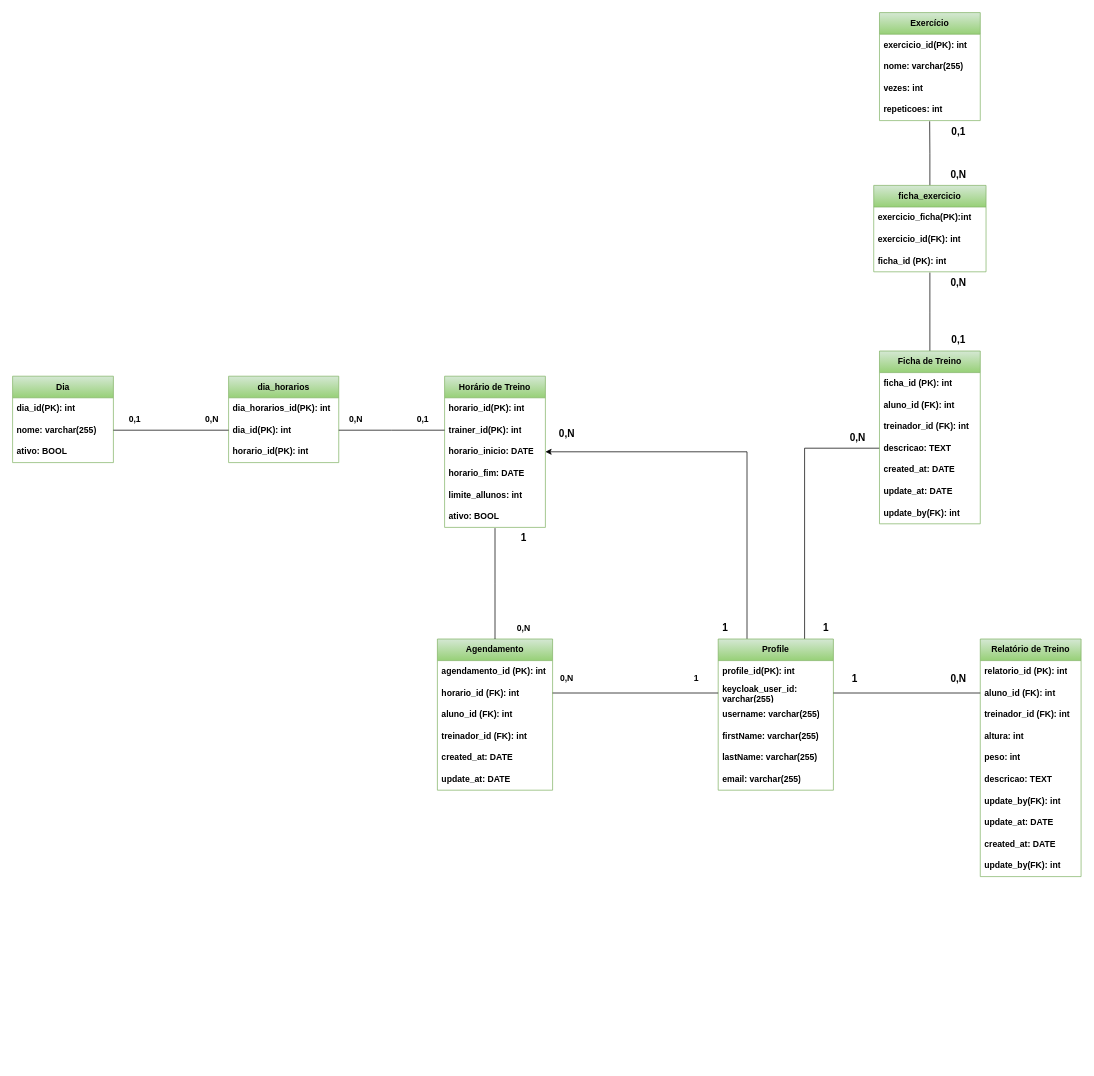
This is modelo-logico-2.drawio from gyma-project/gyma-docs, a draw.io file, before an edit. Source tidied: cells renumbered, new cells numbered last; positions are measured from the earlier drawing's top-left corner, leaving out a move shared by most shapes. Both pictures are drawn from the tidied source at 72%, with x=0, y=0 at pixel (12, 12).
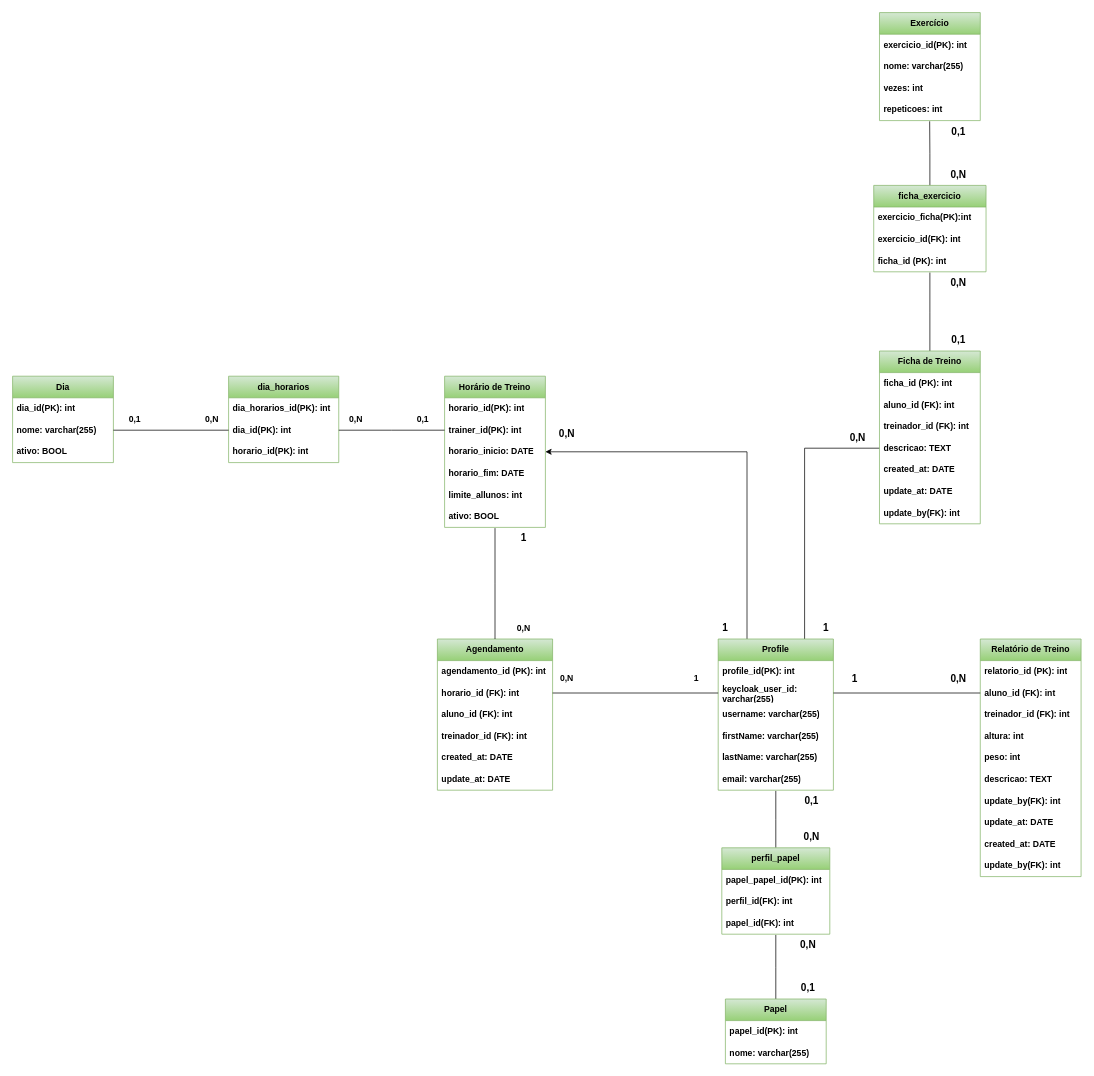
Above is the later version.

Commit message (it also covers changes not shown here):
refactor: alterando der e modelo logico

The edit, as a diff of the source:
```diff
@@
+    <mxCell id="86" style="edgeStyle=orthogonalEdgeStyle;rounded=0;jettySize=auto;html=1;endArrow=none;endFill=0;exitX=0.5;exitY=0;exitDx=0;exitDy=0;" parent="1" edge="1" source="87">
+      <mxGeometry relative="1" as="geometry">
+        <mxPoint x="1060" y="1281" as="targetPoint" />
+      </mxGeometry>
+    </mxCell>
+    <mxCell id="87" value="Papel" style="swimlane;fontStyle=1;horizontal=1;startSize=30;whiteSpace=wrap;html=1;fillColor=#d5e8d4;strokeColor=#82b366;gradientColor=#97d077;" parent="1" vertex="1">
+      <mxGeometry x="990" y="1370" width="140" height="90" as="geometry" />
+    </mxCell>
+    <mxCell id="88" value="papel_id(PK): int" style="text;strokeColor=none;fillColor=none;align=left;verticalAlign=middle;spacingLeft=4;spacingRight=4;overflow=hidden;whiteSpace=wrap;html=1;fontStyle=1;" parent="87" vertex="1">
+      <mxGeometry y="30" width="140" height="30" as="geometry" />
+    </mxCell>
+    <mxCell id="89" value="nome: varchar(255)" style="text;strokeColor=none;fillColor=none;align=left;verticalAlign=middle;spacingLeft=4;spacingRight=4;overflow=hidden;whiteSpace=wrap;html=1;fontStyle=1;" parent="87" vertex="1">
+      <mxGeometry y="60" width="140" height="30" as="geometry" />
+    </mxCell>
+    <mxCell id="90" style="edgeStyle=orthogonalEdgeStyle;rounded=0;jettySize=auto;html=1;exitX=0.5;exitY=0;exitDx=0;exitDy=0;endArrow=none;endFill=0;" parent="1" edge="1" source="91">
+      <mxGeometry relative="1" as="geometry">
+        <mxPoint x="1060" y="1081" as="targetPoint" />
+      </mxGeometry>
+    </mxCell>
+    <mxCell id="91" value="perfil_papel" style="swimlane;fontStyle=1;horizontal=1;startSize=30;whiteSpace=wrap;html=1;fillColor=#d5e8d4;strokeColor=#82b366;gradientColor=#97d077;" parent="1" vertex="1">
+      <mxGeometry x="985" y="1160" width="150" height="120" as="geometry" />
+    </mxCell>
+    <mxCell id="92" value="papel_papel_id(PK): int" style="text;strokeColor=none;fillColor=none;align=left;verticalAlign=middle;spacingLeft=4;spacingRight=4;overflow=hidden;whiteSpace=wrap;html=1;fontStyle=1;" parent="91" vertex="1">
+      <mxGeometry y="30" width="150" height="30" as="geometry" />
+    </mxCell>
+    <mxCell id="93" value="perfil_id(FK): int" style="text;strokeColor=none;fillColor=none;align=left;verticalAlign=middle;spacingLeft=4;spacingRight=4;overflow=hidden;whiteSpace=wrap;html=1;fontStyle=1;" parent="91" vertex="1">
+      <mxGeometry y="60" width="150" height="30" as="geometry" />
+    </mxCell>
+    <mxCell id="94" value="papel_id(FK): int" style="text;strokeColor=none;fillColor=none;align=left;verticalAlign=middle;spacingLeft=4;spacingRight=4;overflow=hidden;whiteSpace=wrap;html=1;fontStyle=1;" parent="91" vertex="1">
+      <mxGeometry y="90" width="150" height="30" as="geometry" />
+    </mxCell>
+    <mxCell id="95" value="0,1" style="text;html=1;align=center;verticalAlign=middle;whiteSpace=wrap;rounded=0;fontStyle=1;fontSize=14;" parent="1" vertex="1">
+      <mxGeometry x="1080" y="1080" width="60" height="30" as="geometry" />
+    </mxCell>
+    <mxCell id="96" value="0,N" style="text;html=1;align=center;verticalAlign=middle;whiteSpace=wrap;rounded=0;fontStyle=1;fontSize=14;" parent="1" vertex="1">
+      <mxGeometry x="1080" y="1130" width="60" height="30" as="geometry" />
+    </mxCell>
+    <mxCell id="97" value="0,N" style="text;html=1;align=center;verticalAlign=middle;whiteSpace=wrap;rounded=0;fontStyle=1;fontSize=14;" parent="1" vertex="1">
+      <mxGeometry x="1075" y="1280" width="60" height="30" as="geometry" />
+    </mxCell>
+    <mxCell id="98" value="0,1" style="text;html=1;align=center;verticalAlign=middle;whiteSpace=wrap;rounded=0;fontStyle=1;fontSize=14;" parent="1" vertex="1">
+      <mxGeometry x="1075" y="1340" width="60" height="30" as="geometry" />
+    </mxCell>
```
